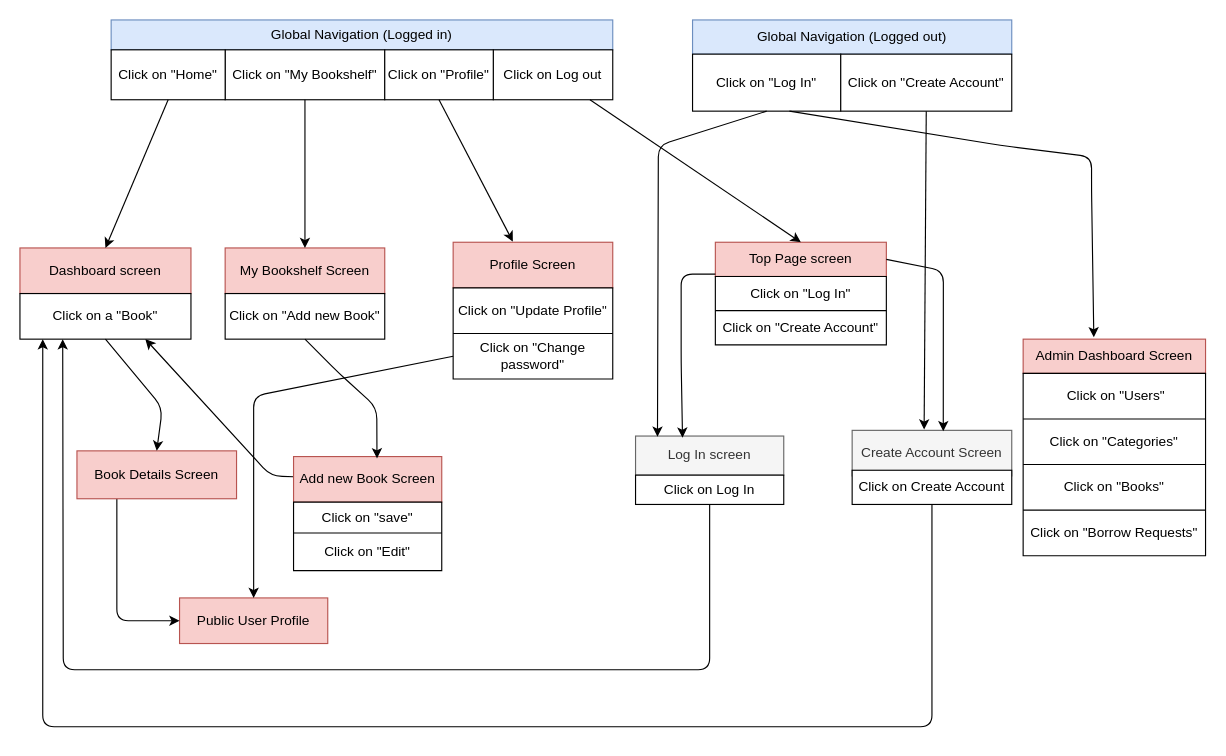
Earlier version of the draw.io diagram screen_transition.drawio (Nadongo/Web-engineering-27). Source tidied: cells renumbered, new cells numbered last; positions are measured from the earlier drawing's top-left corner, leaving out a move shared by most shapes. Both pictures are drawn from the tidied source at 114%, with x=0, y=0 at pixel (19, 19).
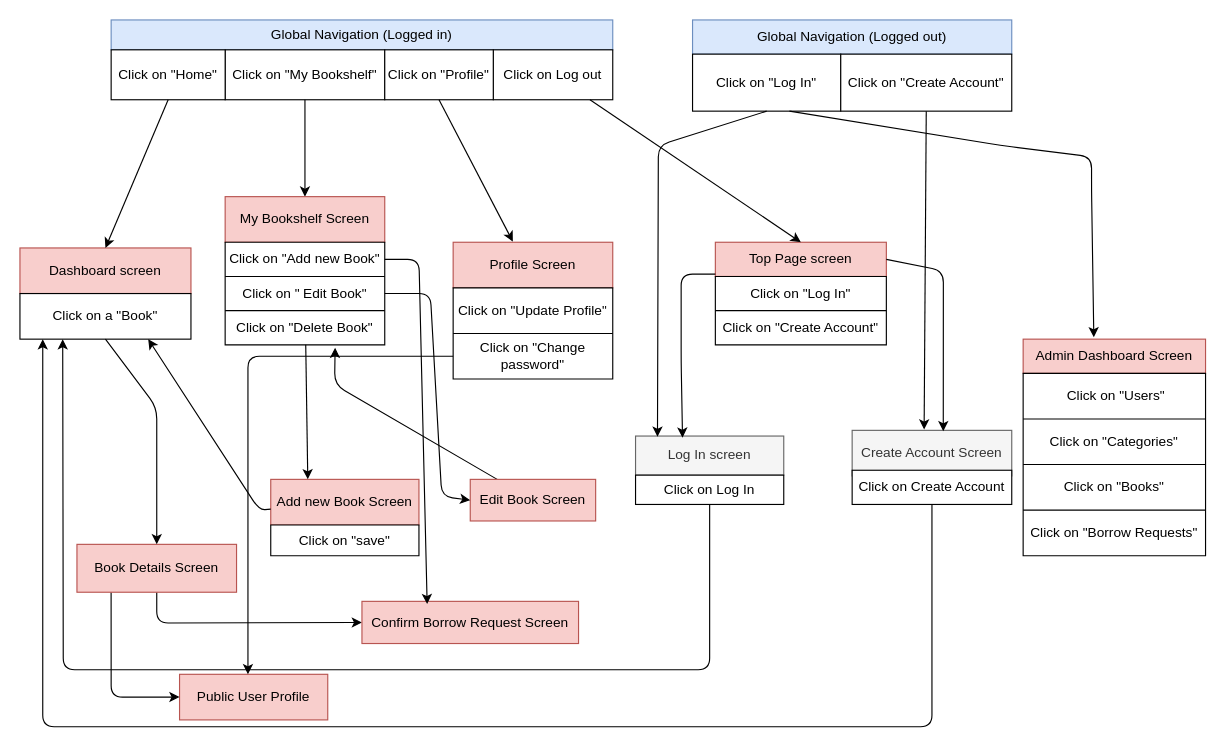
Above is the later version.

The change refers to these unchanged cells:
```xml
<mxCell id="32" value="Click on a &quot;Book&quot;" style="html=1;dashed=0;whiteSpace=wrap;" parent="30" vertex="1">
  <mxGeometry y="40" width="150" height="40" as="geometry" />
</mxCell>
<mxCell id="46" style="shape=tableRow;horizontal=0;startSize=0;swimlaneHead=0;swimlaneBody=0;strokeColor=inherit;top=0;left=0;bottom=0;right=0;fillColor=none;points=[[0,0.5],[1,0.5]];portConstraint=eastwest;" parent="43" vertex="1">
  <mxGeometry y="40" width="140" height="40" as="geometry" />
</mxCell>
```

The edit, as a diff of the source:
```diff
@@
-    <mxCell id="33" style="group;" parent="1" vertex="1">
-      <mxGeometry x="180" y="200" width="140" height="80" as="geometry" />
-    </mxCell>
-    <mxCell id="34" value="My Bookshelf Screen" style="html=1;dashed=0;whiteSpace=wrap;fillColor=#f8cecc;strokeColor=#b85450;" parent="33" vertex="1">
-      <mxGeometry width="140" height="40" as="geometry" />
-    </mxCell>
-    <mxCell id="35" value="Click on &quot;Add new Book&quot;" style="html=1;dashed=0;whiteSpace=wrap;" parent="33" vertex="1">
-      <mxGeometry y="40" width="140" height="40" as="geometry" />
-    </mxCell>
@@
     <mxCell id="49" value="Public User Profile" style="html=1;dashed=0;whiteSpace=wrap;fillColor=#f8cecc;strokeColor=#b85450;" parent="1" vertex="1">
-      <mxGeometry x="140" y="507" width="130" height="40" as="geometry" />
+      <mxGeometry x="140" y="574" width="130" height="40" as="geometry" />
     </mxCell>
-    <mxCell id="50" style="edgeStyle=none;html=1;entryX=0;entryY=0.5;entryDx=0;entryDy=0;exitX=0.25;exitY=1;exitDx=0;exitDy=0;" parent="1" edge="1" source="51" target="49">
+    <mxCell id="50" style="edgeStyle=none;html=1;entryX=0;entryY=0.5;entryDx=0;entryDy=0;exitX=0.214;exitY=1;exitDx=0;exitDy=0;exitPerimeter=0;" parent="1" edge="1" source="51" target="49">
       <mxGeometry relative="1" as="geometry">
         <Array as="points">
-          <mxPoint x="85" y="527" />
+          <mxPoint x="80" y="594" />
         </Array>
       </mxGeometry>
     </mxCell>
+    <mxCell id="73" style="edgeStyle=none;html=1;exitX=0.5;exitY=1;exitDx=0;exitDy=0;entryX=0;entryY=0.5;entryDx=0;entryDy=0;" parent="1" edge="1" source="51" target="74">
+      <mxGeometry relative="1" as="geometry">
+        <Array as="points">
+          <mxPoint x="120" y="529" />
+        </Array>
+      </mxGeometry>
+    </mxCell>
     <mxCell id="51" value="Book Details Screen" style="html=1;dashed=0;whiteSpace=wrap;fillColor=#f8cecc;strokeColor=#b85450;" parent="1" vertex="1">
-      <mxGeometry x="50" y="378" width="140" height="42" as="geometry" />
+      <mxGeometry x="50" y="460" width="140" height="42" as="geometry" />
     </mxCell>
-    <mxCell id="52" style="edgeStyle=none;html=1;" parent="1" edge="1" source="53">
-      <mxGeometry relative="1" as="geometry">
-        <mxPoint x="110" y="280" as="targetPoint" />
-        <Array as="points">
-          <mxPoint x="220" y="400" />
-        </Array>
-      </mxGeometry>
-    </mxCell>
-    <mxCell id="53" value="Add new Book Screen" style="html=1;dashed=0;whiteSpace=wrap;fillColor=#f8cecc;strokeColor=#b85450;" parent="1" vertex="1">
-      <mxGeometry x="240" y="383" width="130" height="40" as="geometry" />
-    </mxCell>
-    <mxCell id="54" style="edgeStyle=none;html=1;exitX=0.5;exitY=1;exitDx=0;exitDy=0;entryX=0.563;entryY=0.04;entryDx=0;entryDy=0;entryPerimeter=0;" parent="1" edge="1" source="35" target="53">
-      <mxGeometry relative="1" as="geometry">
-        <Array as="points">
-          <mxPoint x="280" y="310" />
-          <mxPoint x="313" y="340" />
-        </Array>
-      </mxGeometry>
-    </mxCell>
@@
     <mxCell id="57" style="edgeStyle=none;html=1;exitX=0.5;exitY=1;exitDx=0;exitDy=0;entryX=0.5;entryY=0;entryDx=0;entryDy=0;" parent="1" edge="1" source="32" target="51">
       <mxGeometry relative="1" as="geometry">
         <Array as="points">
-          <mxPoint x="125" y="340" />
+          <mxPoint x="120" y="340" />
         </Array>
       </mxGeometry>
     </mxCell>
-    <mxCell id="58" style="edgeStyle=none;html=1;exitX=0;exitY=0.5;exitDx=0;exitDy=0;entryX=0.5;entryY=0;entryDx=0;entryDy=0;" parent="1" edge="1" source="46" target="49">
+    <mxCell id="58" style="edgeStyle=none;html=1;exitX=0;exitY=0.5;exitDx=0;exitDy=0;" parent="1" edge="1" source="46">
       <mxGeometry relative="1" as="geometry">
+        <mxPoint x="200" y="574" as="targetPoint" />
         <Array as="points">
-          <mxPoint x="205" y="330" />
+          <mxPoint x="200" y="295" />
         </Array>
       </mxGeometry>
     </mxCell>
@@
+    <mxCell id="74" value="Confirm Borrow Request Screen" style="html=1;dashed=0;whiteSpace=wrap;fillColor=#f8cecc;strokeColor=#b85450;" parent="1" vertex="1">
+      <mxGeometry x="300" y="510" width="190" height="37" as="geometry" />
+    </mxCell>
+    <mxCell id="75" style="edgeStyle=none;html=1;entryX=0.689;entryY=1.085;entryDx=0;entryDy=0;entryPerimeter=0;" parent="1" edge="1" source="76" target="85">
+      <mxGeometry relative="1" as="geometry">
+        <Array as="points">
+          <mxPoint x="276" y="320" />
+        </Array>
+      </mxGeometry>
+    </mxCell>
+    <mxCell id="76" value="Edit Book Screen" style="html=1;dashed=0;whiteSpace=wrap;fillColor=#f8cecc;strokeColor=#b85450;" parent="1" vertex="1">
+      <mxGeometry x="395" y="403" width="110" height="36.5" as="geometry" />
+    </mxCell>
+    <mxCell id="77" style="group;" parent="1" vertex="1">
+      <mxGeometry x="220" y="403" width="130" height="67" as="geometry" />
+    </mxCell>
+    <mxCell id="53" value="Add new Book Screen" style="html=1;dashed=0;whiteSpace=wrap;fillColor=#f8cecc;strokeColor=#b85450;" parent="77" vertex="1">
+      <mxGeometry width="130" height="40" as="geometry" />
+    </mxCell>
-    <mxCell id="68" style="shape=table;startSize=0;childLayout=tableLayout;" parent="1" vertex="1">
-      <mxGeometry x="240" y="423" width="130" height="60" as="geometry" />
+    <mxCell id="68" style="shape=table;startSize=0;childLayout=tableLayout;" parent="77" vertex="1">
+      <mxGeometry y="40" width="130" height="27" as="geometry" />
     </mxCell>
@@
-    <mxCell id="71" style="shape=tableRow;horizontal=0;startSize=0;swimlaneHead=0;swimlaneBody=0;strokeColor=inherit;top=0;left=0;bottom=0;right=0;fillColor=none;" parent="68" vertex="1">
-      <mxGeometry y="27" width="130" height="33" as="geometry" />
-    </mxCell>
-    <mxCell id="72" value="Click on &quot;Edit&quot;" style="shape=partialRectangle;html=1;whiteSpace=wrap;strokeColor=inherit;overflow=hidden;fillColor=none;top=0;left=0;bottom=0;right=0;" parent="71" vertex="1">
-      <mxGeometry width="130" height="33" as="geometry" />
-    </mxCell>
+    <mxCell id="78" style="edgeStyle=none;html=1;entryX=0.75;entryY=1;entryDx=0;entryDy=0;" parent="1" edge="1" source="53" target="32">
+      <mxGeometry relative="1" as="geometry">
+        <Array as="points">
+          <mxPoint x="210" y="430" />
+        </Array>
+      </mxGeometry>
+    </mxCell>
+    <mxCell id="79" style="edgeStyle=none;html=1;exitX=0.5;exitY=1;exitDx=0;exitDy=0;entryX=0.563;entryY=0.04;entryDx=0;entryDy=0;entryPerimeter=0;" parent="1" edge="1" target="81">
+      <mxGeometry relative="1" as="geometry">
+        <mxPoint x="250" y="280" as="sourcePoint" />
+      </mxGeometry>
+    </mxCell>
+    <mxCell id="80" style="group;" parent="1" vertex="1">
+      <mxGeometry x="180" y="155" width="140" height="130" as="geometry" />
+    </mxCell>
+    <mxCell id="33" style="group;" parent="80" vertex="1">
+      <mxGeometry width="140" height="80" as="geometry" />
+    </mxCell>
+    <mxCell id="34" value="My Bookshelf Screen" style="html=1;dashed=0;whiteSpace=wrap;fillColor=#f8cecc;strokeColor=#b85450;" parent="33" vertex="1">
+      <mxGeometry width="140" height="40" as="geometry" />
+    </mxCell>
+    <mxCell id="81" style="shape=table;startSize=0;childLayout=tableLayout;" parent="80" vertex="1">
+      <mxGeometry y="40" width="140" height="90" as="geometry" />
+    </mxCell>
+    <mxCell id="82" style="shape=tableRow;horizontal=0;startSize=0;swimlaneHead=0;swimlaneBody=0;strokeColor=inherit;top=0;left=0;bottom=0;right=0;fillColor=none;points=[[0,0.5],[1,0.5]];portConstraint=eastwest;" parent="81" vertex="1">
+      <mxGeometry width="140" height="30" as="geometry" />
+    </mxCell>
+    <mxCell id="35" value="&lt;span style=&quot;color: rgb(0, 0, 0);&quot;&gt;Click on &quot;Add new Book&quot;&lt;/span&gt;" style="shape=partialRectangle;html=1;whiteSpace=wrap;strokeColor=inherit;overflow=hidden;fillColor=none;top=0;left=0;bottom=0;right=0;" parent="82" vertex="1">
+      <mxGeometry width="140" height="30" as="geometry" />
+    </mxCell>
+    <mxCell id="83" style="shape=tableRow;horizontal=0;startSize=0;swimlaneHead=0;swimlaneBody=0;strokeColor=inherit;top=0;left=0;bottom=0;right=0;fillColor=none;" parent="81" vertex="1">
+      <mxGeometry y="30" width="140" height="30" as="geometry" />
+    </mxCell>
+    <mxCell id="84" value="Click on &quot;&lt;span style=&quot;white-space: pre;&quot;&gt;&#9;&lt;/span&gt;Edit Book&quot;" style="shape=partialRectangle;html=1;whiteSpace=wrap;strokeColor=inherit;overflow=hidden;fillColor=none;top=0;left=0;bottom=0;right=0;" parent="83" vertex="1">
+      <mxGeometry width="140" height="30" as="geometry" />
+    </mxCell>
+    <mxCell id="85" style="shape=tableRow;horizontal=0;startSize=0;swimlaneHead=0;swimlaneBody=0;strokeColor=inherit;top=0;left=0;bottom=0;right=0;fillColor=none;points=[[0,0.5],[1,0.5]];portConstraint=eastwest;" parent="81" vertex="1">
+      <mxGeometry y="60" width="140" height="30" as="geometry" />
+    </mxCell>
+    <mxCell id="86" value="Click on &quot;Delete Book&quot;" style="shape=partialRectangle;html=1;whiteSpace=wrap;strokeColor=inherit;overflow=hidden;fillColor=none;top=0;left=0;bottom=0;right=0;" parent="85" vertex="1">
+      <mxGeometry width="140" height="30" as="geometry" />
+    </mxCell>
+    <mxCell id="87" style="edgeStyle=none;html=1;entryX=0.25;entryY=0;entryDx=0;entryDy=0;" parent="1" edge="1" source="81" target="53">
+      <mxGeometry relative="1" as="geometry" />
+    </mxCell>
+    <mxCell id="88" style="edgeStyle=none;html=1;entryX=0;entryY=0.5;entryDx=0;entryDy=0;" parent="1" edge="1" source="81" target="76">
+      <mxGeometry relative="1" as="geometry">
+        <Array as="points">
+          <mxPoint x="360" y="240" />
+          <mxPoint x="370" y="418" />
+        </Array>
+      </mxGeometry>
+    </mxCell>
+    <mxCell id="89" style="edgeStyle=none;html=1;entryX=0.301;entryY=0.064;entryDx=0;entryDy=0;entryPerimeter=0;" parent="1" edge="1" source="82" target="74">
+      <mxGeometry relative="1" as="geometry">
+        <Array as="points">
+          <mxPoint x="350" y="210" />
+        </Array>
+      </mxGeometry>
+    </mxCell>
```
